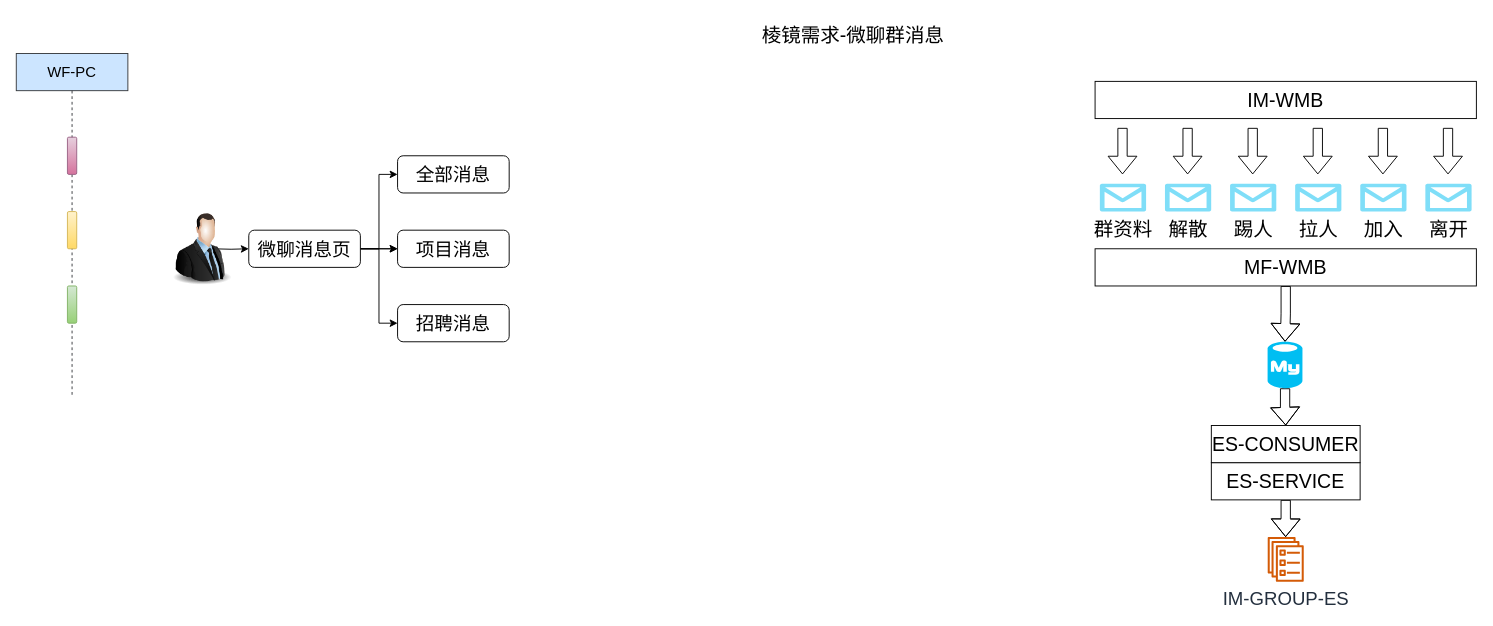
Earlier version of the draw.io diagram 棱镜项目需求.drawio (LuOyEbY/draw-b). Source tidied: cells renumbered, new cells numbered last; positions are measured from the earlier drawing's top-left corner, leaving out a move shared by most shapes. Both pictures are drawn from the tidied source at 93%, with x=0, y=0 at pixel (16, 16).
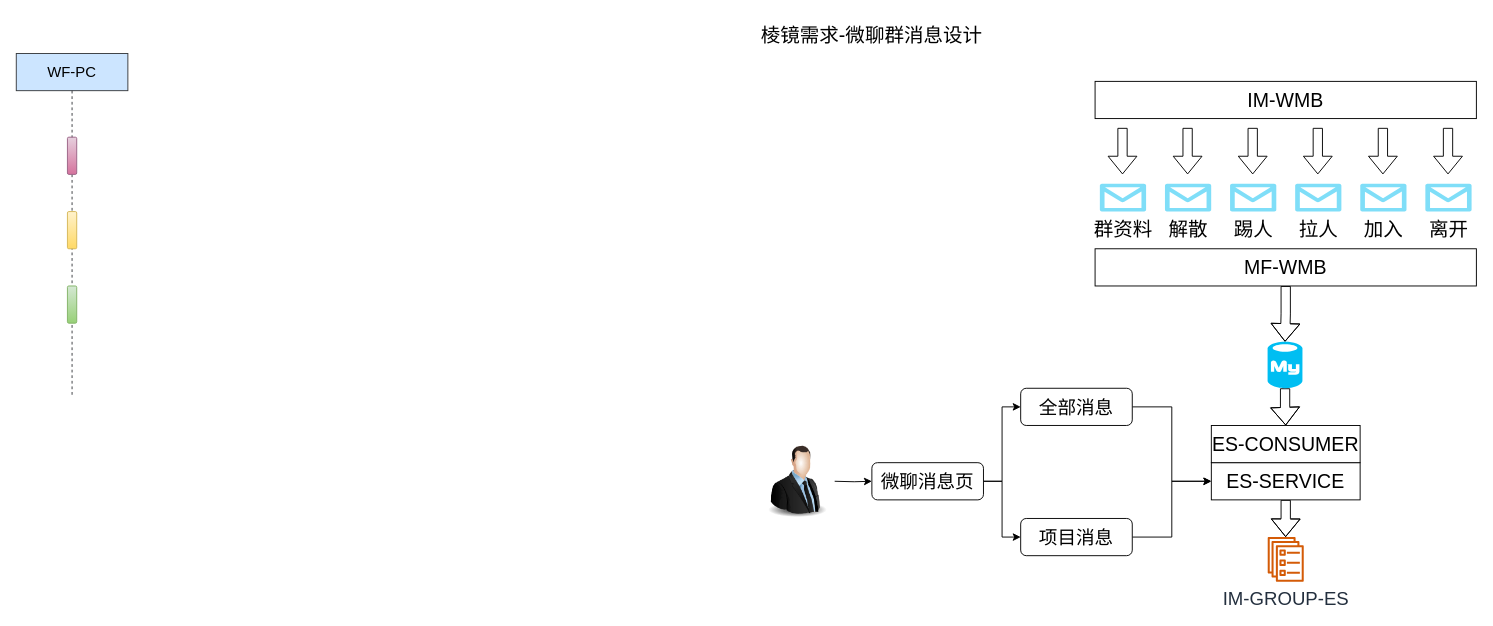
The same page after the edit.

Commit message (it also covers changes not shown here):
更新棱镜项目需求.drawio

The change refers to these unchanged cells:
```xml
<mxCell id="23" value="ES-SERVICE" style="rounded=0;whiteSpace=wrap;html=1;shadow=0;glass=0;fontSize=21;" parent="1" vertex="1">
  <mxGeometry x="1285" y="480" width="160" height="40" as="geometry" />
</mxCell>
```

Change to the diagram source:
```diff
@@
-    <mxCell id="2" value="棱镜需求-微聊群消息" style="text;html=1;strokeColor=none;fillColor=none;align=center;verticalAlign=middle;whiteSpace=wrap;rounded=0;fontSize=21;" parent="1" vertex="1">
-      <mxGeometry x="800" width="200" height="40" as="geometry" />
+    <mxCell id="2" value="棱镜需求-微聊群消息设计" style="text;html=1;strokeColor=none;fillColor=none;align=center;verticalAlign=middle;whiteSpace=wrap;rounded=0;fontSize=21;" parent="1" vertex="1">
+      <mxGeometry x="800" width="240" height="40" as="geometry" />
     </mxCell>
@@
     <mxCell id="29" style="edgeStyle=orthogonalEdgeStyle;rounded=0;jettySize=auto;html=1;fontSize=20;" parent="1" edge="1" target="35">
       <mxGeometry relative="1" as="geometry">
-        <mxPoint x="210" y="250" as="sourcePoint" />
+        <mxPoint x="880" y="500" as="sourcePoint" />
       </mxGeometry>
     </mxCell>
     <mxCell id="30" style="image;html=1;image=img/lib/clip_art/people/Suit_Man_128x128.png;rounded=0;shadow=0;glass=0;fontSize=20;" parent="1" vertex="1">
-      <mxGeometry x="160" y="210" width="80" height="80" as="geometry" />
+      <mxGeometry x="800" y="460" width="80" height="80" as="geometry" />
     </mxCell>
     <mxCell id="31" style="edgeStyle=orthogonalEdgeStyle;rounded=0;jettySize=auto;html=1;fontSize=20;" parent="1" edge="1" source="35" target="36">
       <mxGeometry relative="1" as="geometry">
         <Array as="points">
-          <mxPoint x="390" y="250" />
-          <mxPoint x="390" y="170" />
+          <mxPoint x="1060" y="500" />
+          <mxPoint x="1060" y="420" />
         </Array>
       </mxGeometry>
     </mxCell>
-    <mxCell id="32" style="edgeStyle=orthogonalEdgeStyle;rounded=0;jettySize=auto;html=1;fontSize=20;" parent="1" edge="1" source="35" target="37">
-      <mxGeometry relative="1" as="geometry" />
-    </mxCell>
     <mxCell id="33" style="edgeStyle=orthogonalEdgeStyle;rounded=0;jettySize=auto;html=1;fontSize=20;" parent="1" edge="1" source="35" target="37">
-      <mxGeometry relative="1" as="geometry" />
+      <mxGeometry relative="1" as="geometry">
+        <Array as="points">
+          <mxPoint x="1060" y="500" />
+          <mxPoint x="1060" y="560" />
+        </Array>
+      </mxGeometry>
     </mxCell>
-    <mxCell id="34" style="edgeStyle=orthogonalEdgeStyle;rounded=0;jettySize=auto;html=1;entryX=0;entryY=0.5;entryDx=0;entryDy=0;fontSize=20;" parent="1" edge="1" source="35" target="38">
-      <mxGeometry relative="1" as="geometry" />
-    </mxCell>
     <mxCell id="35" value="微聊消息页" style="rounded=1;whiteSpace=wrap;html=1;shadow=0;glass=0;fontSize=20;" parent="1" vertex="1">
-      <mxGeometry x="250" y="230" width="120" height="40" as="geometry" />
+      <mxGeometry x="920" y="480" width="120" height="40" as="geometry" />
     </mxCell>
+    <mxCell id="39" style="edgeStyle=orthogonalEdgeStyle;rounded=0;jettySize=auto;html=1;entryX=0;entryY=0.5;entryDx=0;entryDy=0;fontSize=20;" parent="1" edge="1" source="36" target="23">
+      <mxGeometry relative="1" as="geometry" />
+    </mxCell>
     <mxCell id="36" value="全部消息" style="rounded=1;whiteSpace=wrap;html=1;shadow=0;glass=0;fontSize=20;fillColor=rgb(255, 255, 255);" parent="1" vertex="1">
-      <mxGeometry x="410" y="150" width="120" height="40" as="geometry" />
+      <mxGeometry x="1080" y="400" width="120" height="40" as="geometry" />
     </mxCell>
+    <mxCell id="40" style="edgeStyle=orthogonalEdgeStyle;rounded=0;jettySize=auto;html=1;entryX=0;entryY=0.5;entryDx=0;entryDy=0;fontSize=20;" parent="1" edge="1" source="37" target="23">
+      <mxGeometry relative="1" as="geometry" />
+    </mxCell>
     <mxCell id="37" value="项目消息" style="rounded=1;whiteSpace=wrap;html=1;shadow=0;glass=0;fontSize=20;fillColor=rgb(255, 255, 255);" parent="1" vertex="1">
-      <mxGeometry x="410" y="230" width="120" height="40" as="geometry" />
+      <mxGeometry x="1080" y="540" width="120" height="40" as="geometry" />
     </mxCell>
-    <mxCell id="38" value="招聘消息" style="rounded=1;whiteSpace=wrap;html=1;shadow=0;glass=0;fontSize=20;fillColor=rgb(255, 255, 255);" parent="1" vertex="1">
-      <mxGeometry x="410" y="310" width="120" height="40" as="geometry" />
-    </mxCell>
```
